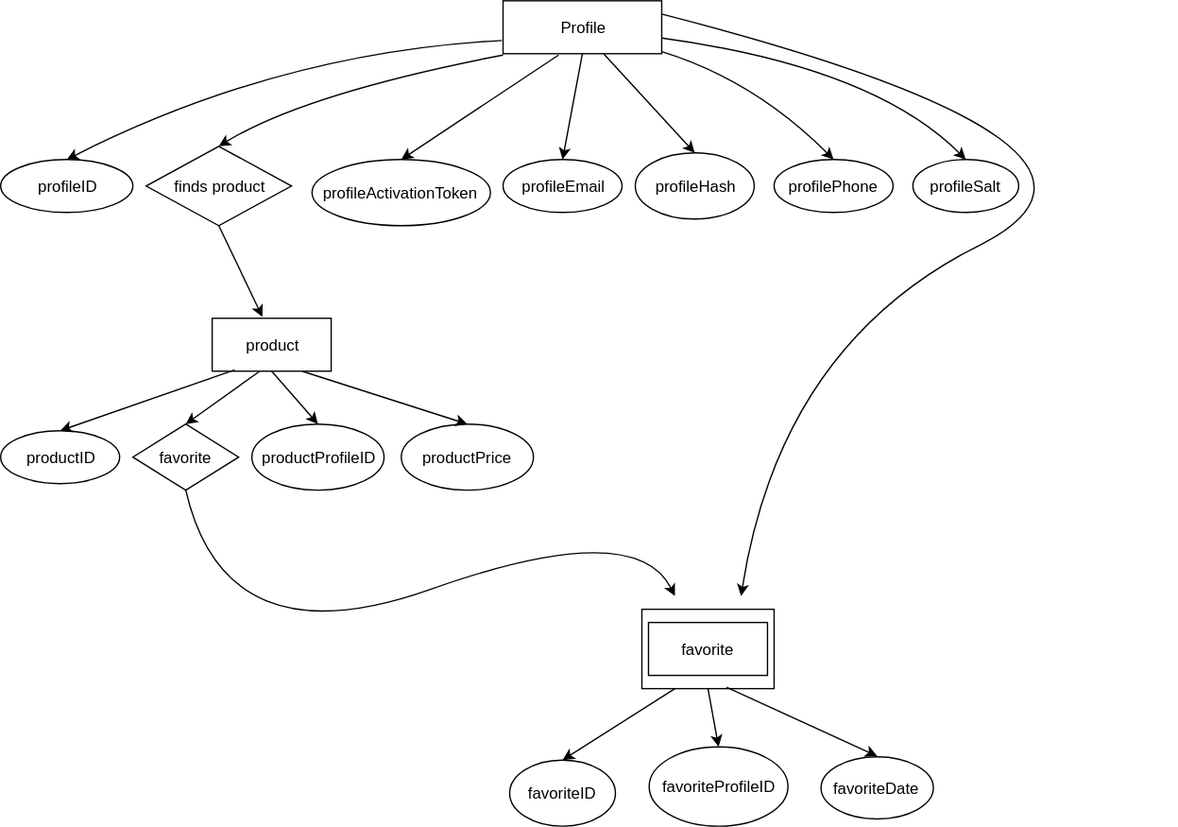
This is public_html/images/erd-data-design.svg from mharrison13/data-design, a draw.io export, as it was before one commit. Source tidied: cells renumbered, new cells last; positions are measured from the earlier drawing's top-left corner, leaving out a move shared by most shapes. Its diagram source:
```xml
<mxGraphModel background="#ffffff">
  <root>
    <mxCell id="0" />
    <mxCell id="1" parent="0" />
    <mxCell id="2" value="Profile" style="whiteSpace=wrap;html=1;" parent="1" vertex="1">
      <mxGeometry x="380" width="120" height="40" as="geometry" />
    </mxCell>
    <mxCell id="3" style="curved=1;endArrow=classic;html=1;entryX=0.5;entryY=0;" parent="1" edge="1" target="4">
      <mxGeometry relative="1" as="geometry">
        <mxPoint x="379" y="30" as="sourcePoint" />
        <Array as="points">
          <mxPoint x="210" y="39" />
        </Array>
      </mxGeometry>
    </mxCell>
    <mxCell id="4" value="profileID" style="ellipse;whiteSpace=wrap;html=1;" parent="1" vertex="1">
      <mxGeometry y="120" width="100" height="40" as="geometry" />
    </mxCell>
    <mxCell id="5" value="finds product" style="rhombus;whiteSpace=wrap;html=1;" parent="1" vertex="1">
      <mxGeometry x="110" y="110" width="110" height="60" as="geometry" />
    </mxCell>
    <mxCell id="6" value="profileActivationToken" style="ellipse;whiteSpace=wrap;html=1;" parent="1" vertex="1">
      <mxGeometry x="235" y="120" width="135" height="50" as="geometry" />
    </mxCell>
    <mxCell id="7" value="profileEmail" style="ellipse;whiteSpace=wrap;html=1;" parent="1" vertex="1">
      <mxGeometry x="380" y="120" width="90" height="40" as="geometry" />
    </mxCell>
    <mxCell id="8" value="profileHash" style="ellipse;whiteSpace=wrap;html=1;" parent="1" vertex="1">
      <mxGeometry x="480" y="115" width="90" height="50" as="geometry" />
    </mxCell>
    <mxCell id="9" value="profilePhone" style="ellipse;whiteSpace=wrap;html=1;" parent="1" vertex="1">
      <mxGeometry x="585" y="120" width="90" height="40" as="geometry" />
    </mxCell>
    <mxCell id="10" value="profileSalt" style="ellipse;whiteSpace=wrap;html=1;" parent="1" vertex="1">
      <mxGeometry x="690" y="120" width="80" height="40" as="geometry" />
    </mxCell>
    <mxCell id="11" style="curved=1;endArrow=classic;html=1;exitX=0;exitY=1.025;exitPerimeter=0;entryX=0.5;entryY=0;" parent="1" edge="1" source="2" target="5">
      <mxGeometry relative="1" as="geometry">
        <Array as="points">
          <mxPoint x="230" y="70" />
        </Array>
      </mxGeometry>
    </mxCell>
    <mxCell id="12" style="endArrow=classic;html=1;exitX=0.633;exitY=1;entryX=0.5;entryY=0;exitPerimeter=0;" parent="1" edge="1" source="2" target="8">
      <mxGeometry relative="1" as="geometry" />
    </mxCell>
    <mxCell id="13" style="endArrow=classic;html=1;exitX=0.35;exitY=1.025;exitPerimeter=0;entryX=0.5;entryY=0;" parent="1" edge="1" source="2" target="6">
      <mxGeometry relative="1" as="geometry" />
    </mxCell>
    <mxCell id="14" style="endArrow=classic;html=1;entryX=0.5;entryY=0;exitX=0.5;exitY=1;" parent="1" edge="1" source="2" target="7">
      <mxGeometry relative="1" as="geometry" />
    </mxCell>
    <mxCell id="15" style="curved=1;endArrow=classic;html=1;entryX=0.5;entryY=0;" parent="1" edge="1" source="2" target="9">
      <mxGeometry relative="1" as="geometry">
        <Array as="points">
          <mxPoint x="570" y="60" />
        </Array>
      </mxGeometry>
    </mxCell>
    <mxCell id="16" style="curved=1;endArrow=classic;html=1;entryX=0.5;entryY=0;" parent="1" edge="1" source="2" target="10">
      <mxGeometry relative="1" as="geometry">
        <Array as="points">
          <mxPoint x="660" y="50" />
        </Array>
      </mxGeometry>
    </mxCell>
    <mxCell id="17" style="curved=1;endArrow=classic;html=1;exitX=1;exitY=0.25;" parent="1" edge="1" source="2">
      <mxGeometry relative="1" as="geometry">
        <mxPoint x="560" y="450" as="targetPoint" />
        <Array as="points">
          <mxPoint x="890" y="110" />
          <mxPoint x="590" y="260" />
        </Array>
      </mxGeometry>
    </mxCell>
    <mxCell id="18" value="product" style="whiteSpace=wrap;html=1;" parent="1" vertex="1">
      <mxGeometry x="160" y="240" width="90" height="40" as="geometry" />
    </mxCell>
    <mxCell id="19" value="productID" style="ellipse;whiteSpace=wrap;html=1;" parent="1" vertex="1">
      <mxGeometry y="325" width="90" height="40" as="geometry" />
    </mxCell>
    <mxCell id="20" value="favorite" style="rhombus;whiteSpace=wrap;html=1;" parent="1" vertex="1">
      <mxGeometry x="100" y="320" width="80" height="50" as="geometry" />
    </mxCell>
    <mxCell id="21" value="productProfileID" style="ellipse;whiteSpace=wrap;html=1;" parent="1" vertex="1">
      <mxGeometry x="190" y="320" width="100" height="50" as="geometry" />
    </mxCell>
    <mxCell id="22" value="productPrice" style="ellipse;whiteSpace=wrap;html=1;" parent="1" vertex="1">
      <mxGeometry x="303" y="320" width="100" height="50" as="geometry" />
    </mxCell>
    <mxCell id="23" style="curved=1;endArrow=classic;html=1;exitX=0.5;exitY=1;" parent="1" edge="1" source="20">
      <mxGeometry relative="1" as="geometry">
        <mxPoint x="510" y="450" as="targetPoint" />
        <Array as="points">
          <mxPoint x="170" y="500" />
          <mxPoint x="480" y="390" />
        </Array>
      </mxGeometry>
    </mxCell>
    <mxCell id="24" style="endArrow=classic;html=1;exitX=0.4;exitY=1;entryX=0.5;entryY=0;exitPerimeter=0;" parent="1" edge="1" source="18" target="20">
      <mxGeometry relative="1" as="geometry" />
    </mxCell>
    <mxCell id="25" style="endArrow=classic;html=1;entryX=0.5;entryY=0;exitX=0.5;exitY=1;" parent="1" edge="1" source="18" target="21">
      <mxGeometry relative="1" as="geometry" />
    </mxCell>
    <mxCell id="26" style="endArrow=classic;html=1;entryX=0.5;entryY=0;exitX=0.75;exitY=1;" parent="1" edge="1" source="18" target="22">
      <mxGeometry relative="1" as="geometry" />
    </mxCell>
    <mxCell id="27" style="endArrow=classic;html=1;entryX=0.5;entryY=0;" parent="1" edge="1" target="19">
      <mxGeometry relative="1" as="geometry">
        <mxPoint x="177" y="279" as="sourcePoint" />
      </mxGeometry>
    </mxCell>
    <mxCell id="28" style="whiteSpace=wrap;html=1;" parent="1" vertex="1">
      <mxGeometry x="485" y="460" width="100" height="60" as="geometry" />
    </mxCell>
    <mxCell id="29" value="favorite" style="whiteSpace=wrap;html=1;" parent="1" vertex="1">
      <mxGeometry x="490" y="470" width="90" height="40" as="geometry" />
    </mxCell>
    <mxCell id="30" value="favoriteID" style="ellipse;whiteSpace=wrap;html=1;" parent="1" vertex="1">
      <mxGeometry x="385" y="574" width="80" height="50" as="geometry" />
    </mxCell>
    <mxCell id="31" value="favoriteProfileID" style="ellipse;whiteSpace=wrap;html=1;" parent="1" vertex="1">
      <mxGeometry x="490" y="564" width="105" height="60" as="geometry" />
    </mxCell>
    <mxCell id="32" value="favoriteDate" style="ellipse;whiteSpace=wrap;html=1;" parent="1" vertex="1">
      <mxGeometry x="620" y="571" width="85" height="47" as="geometry" />
    </mxCell>
    <mxCell id="33" style="endArrow=classic;html=1;entryX=0.5;entryY=0;exitX=0.25;exitY=1;" parent="1" edge="1" source="28" target="30">
      <mxGeometry relative="1" as="geometry" />
    </mxCell>
    <mxCell id="34" style="endArrow=classic;html=1;entryX=0.5;entryY=0;exitX=0.5;exitY=1;" parent="1" edge="1" source="28" target="31">
      <mxGeometry relative="1" as="geometry" />
    </mxCell>
    <mxCell id="35" style="endArrow=classic;html=1;entryX=0.5;entryY=0;exitX=0.64;exitY=0.983;exitPerimeter=0;" parent="1" edge="1" source="28" target="32">
      <mxGeometry relative="1" as="geometry" />
    </mxCell>
    <mxCell id="36" style="endArrow=classic;html=1;exitX=0.5;exitY=1;entryX=0.422;entryY=-0.025;entryPerimeter=0;" parent="1" edge="1" source="5" target="18">
      <mxGeometry relative="1" as="geometry" />
    </mxCell>
  </root>
</mxGraphModel>
```
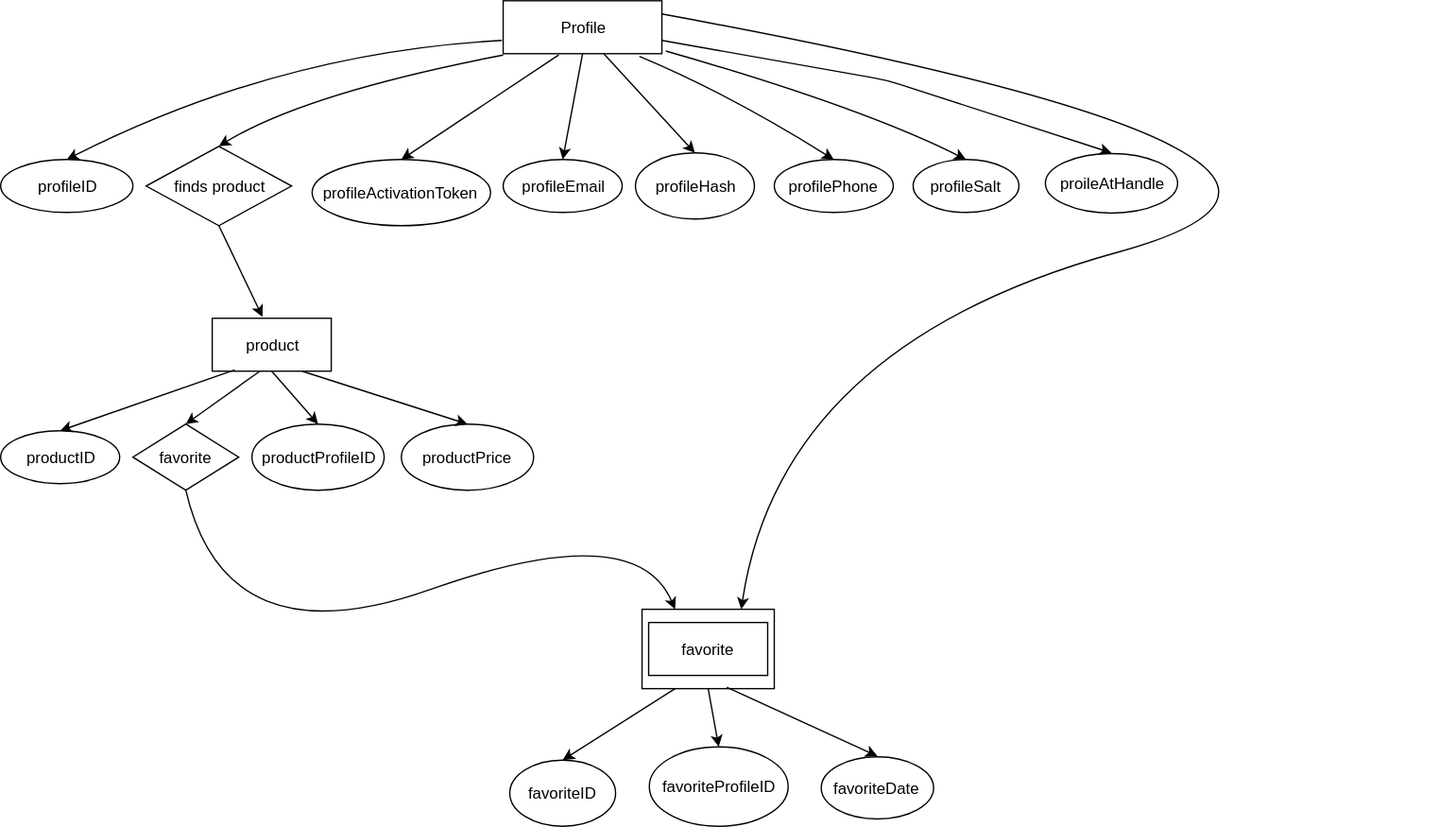
After the change.

The edit, as a diff of the source:
```diff
@@ -50,25 +50,24 @@
     <mxCell id="14" style="endArrow=classic;html=1;entryX=0.5;entryY=0;exitX=0.5;exitY=1;" parent="1" edge="1" source="2" target="7">
       <mxGeometry relative="1" as="geometry" />
     </mxCell>
-    <mxCell id="15" style="curved=1;endArrow=classic;html=1;entryX=0.5;entryY=0;" parent="1" edge="1" source="2" target="9">
+    <mxCell id="15" style="curved=1;endArrow=classic;html=1;entryX=0.5;entryY=0;exitX=0.858;exitY=1.05;exitPerimeter=0;" parent="1" edge="1" source="2" target="9">
       <mxGeometry relative="1" as="geometry">
         <Array as="points">
-          <mxPoint x="570" y="60" />
+          <mxPoint x="550" y="70" />
         </Array>
       </mxGeometry>
     </mxCell>
-    <mxCell id="16" style="curved=1;endArrow=classic;html=1;entryX=0.5;entryY=0;" parent="1" edge="1" source="2" target="10">
+    <mxCell id="16" style="curved=1;endArrow=classic;html=1;entryX=0.5;entryY=0;exitX=1.025;exitY=0.95;exitPerimeter=0;" parent="1" edge="1" source="2" target="10">
       <mxGeometry relative="1" as="geometry">
         <Array as="points">
-          <mxPoint x="660" y="50" />
+          <mxPoint x="650" y="80" />
         </Array>
       </mxGeometry>
     </mxCell>
-    <mxCell id="17" style="curved=1;endArrow=classic;html=1;exitX=1;exitY=0.25;" parent="1" edge="1" source="2">
+    <mxCell id="17" style="curved=1;endArrow=classic;html=1;exitX=1;exitY=0.25;entryX=0.75;entryY=0;" parent="1" edge="1" source="2" target="28">
       <mxGeometry relative="1" as="geometry">
-        <mxPoint x="560" y="450" as="targetPoint" />
         <Array as="points">
-          <mxPoint x="890" y="110" />
+          <mxPoint x="1100" y="120" />
           <mxPoint x="590" y="260" />
         </Array>
       </mxGeometry>
@@ -88,9 +87,8 @@
     <mxCell id="22" value="productPrice" style="ellipse;whiteSpace=wrap;html=1;" parent="1" vertex="1">
       <mxGeometry x="303" y="320" width="100" height="50" as="geometry" />
     </mxCell>
-    <mxCell id="23" style="curved=1;endArrow=classic;html=1;exitX=0.5;exitY=1;" parent="1" edge="1" source="20">
+    <mxCell id="23" style="curved=1;endArrow=classic;html=1;exitX=0.5;exitY=1;entryX=0.25;entryY=0;" parent="1" edge="1" source="20" target="28">
       <mxGeometry relative="1" as="geometry">
-        <mxPoint x="510" y="450" as="targetPoint" />
         <Array as="points">
           <mxPoint x="170" y="500" />
           <mxPoint x="480" y="390" />
@@ -138,5 +136,15 @@
     <mxCell id="36" style="endArrow=classic;html=1;exitX=0.5;exitY=1;entryX=0.422;entryY=-0.025;entryPerimeter=0;" parent="1" edge="1" source="5" target="18">
       <mxGeometry relative="1" as="geometry" />
     </mxCell>
+    <mxCell id="37" value="proileAtHandle" style="ellipse;whiteSpace=wrap;html=1;" parent="1" vertex="1">
+      <mxGeometry x="790" y="115" width="100" height="45" as="geometry" />
+    </mxCell>
+    <mxCell id="38" style="endArrow=classic;html=1;entryX=0.5;entryY=0;exitX=1;exitY=0.75;" parent="1" edge="1" source="2" target="37">
+      <mxGeometry relative="1" as="geometry">
+        <Array as="points">
+          <mxPoint x="670" y="60" />
+        </Array>
+      </mxGeometry>
+    </mxCell>
   </root>
 </mxGraphModel>
```
